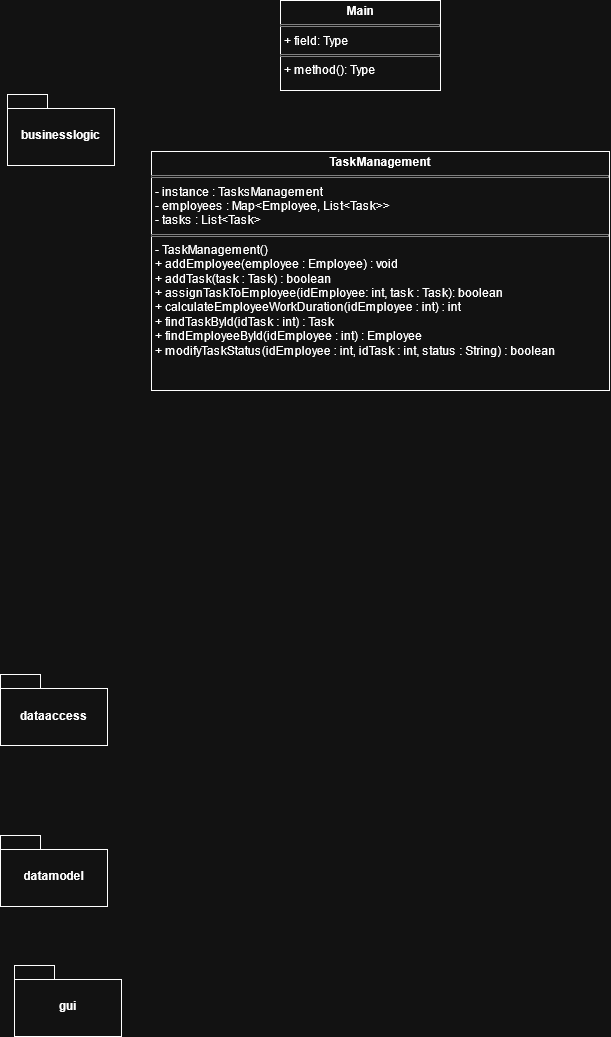
Before: UMLDiagram.drawio.png, a diagram exported from draw.io (70NEL/TasksManagement). Source tidied: cells renumbered, new cells last; positions are measured from the earlier drawing's top-left corner, leaving out a move shared by most shapes. Its diagram source:
```xml
<mxGraphModel>
  <root>
    <mxCell id="0" />
    <mxCell id="1" parent="0" />
    <mxCell id="2" value="businesslogic" style="shape=folder;fontStyle=1;spacingTop=10;tabWidth=40;tabHeight=14;tabPosition=left;html=1;whiteSpace=wrap;" parent="1" vertex="1">
      <mxGeometry x="7" y="94" width="107" height="71" as="geometry" />
    </mxCell>
    <mxCell id="3" value="dataaccess" style="shape=folder;fontStyle=1;spacingTop=10;tabWidth=40;tabHeight=14;tabPosition=left;html=1;whiteSpace=wrap;" parent="1" vertex="1">
      <mxGeometry y="674" width="107" height="71" as="geometry" />
    </mxCell>
    <mxCell id="4" value="datamodel" style="shape=folder;fontStyle=1;spacingTop=10;tabWidth=40;tabHeight=14;tabPosition=left;html=1;whiteSpace=wrap;" parent="1" vertex="1">
      <mxGeometry y="835" width="107" height="71" as="geometry" />
    </mxCell>
    <mxCell id="5" value="gui" style="shape=folder;fontStyle=1;spacingTop=10;tabWidth=40;tabHeight=14;tabPosition=left;html=1;whiteSpace=wrap;" parent="1" vertex="1">
      <mxGeometry x="14" y="965" width="107" height="71" as="geometry" />
    </mxCell>
    <mxCell id="6" value="&lt;p style=&quot;margin:0px;margin-top:4px;text-align:center;&quot;&gt;&lt;b&gt;Main&lt;/b&gt;&lt;/p&gt;&lt;hr size=&quot;1&quot; style=&quot;border-style:solid;&quot;&gt;&lt;p style=&quot;margin:0px;margin-left:4px;&quot;&gt;+ field: Type&lt;/p&gt;&lt;hr size=&quot;1&quot; style=&quot;border-style:solid;&quot;&gt;&lt;p style=&quot;margin:0px;margin-left:4px;&quot;&gt;+ method(): Type&lt;/p&gt;" style="verticalAlign=top;align=left;overflow=fill;html=1;whiteSpace=wrap;" parent="1" vertex="1">
      <mxGeometry x="280" width="160" height="90" as="geometry" />
    </mxCell>
    <mxCell id="7" value="&lt;p style=&quot;margin:0px;margin-top:4px;text-align:center;&quot;&gt;&lt;b&gt;TaskManagement&lt;/b&gt;&lt;/p&gt;&lt;hr size=&quot;1&quot; style=&quot;border-style:solid;&quot;&gt;&lt;p style=&quot;margin:0px;margin-left:4px;&quot;&gt;- instance : TasksManagement&lt;/p&gt;&lt;p style=&quot;margin:0px;margin-left:4px;&quot;&gt;- employees : Map&amp;lt;Employee, List&amp;lt;Task&amp;gt;&amp;gt;&lt;/p&gt;&lt;p style=&quot;margin:0px;margin-left:4px;&quot;&gt;- tasks : List&amp;lt;Task&amp;gt;&lt;/p&gt;&lt;hr size=&quot;1&quot; style=&quot;border-style:solid;&quot;&gt;&lt;p style=&quot;margin:0px;margin-left:4px;&quot;&gt;- TaskManagement()&lt;/p&gt;&lt;p style=&quot;margin:0px;margin-left:4px;&quot;&gt;+ addEmployee(employee : Employee) : void&lt;/p&gt;&lt;p style=&quot;margin:0px;margin-left:4px;&quot;&gt;+ addTask(task : Task) : boolean&lt;/p&gt;&lt;p style=&quot;margin:0px;margin-left:4px;&quot;&gt;+ assignTaskToEmployee(idEmployee: int, task : Task): boolean&lt;/p&gt;&lt;p style=&quot;margin:0px;margin-left:4px;&quot;&gt;+ calculateEmployeeWorkDuration(idEmployee : int) : int&lt;/p&gt;&lt;p style=&quot;margin:0px;margin-left:4px;&quot;&gt;+ findTaskById(idTask : int) : Task&lt;/p&gt;&lt;p style=&quot;margin:0px;margin-left:4px;&quot;&gt;+ findEmployeeById(idEmployee : int) : Employee&lt;/p&gt;&lt;p style=&quot;margin:0px;margin-left:4px;&quot;&gt;+ modifyTaskStatus(idEmployee : int, idTask : int, status : String) : boolean&lt;/p&gt;" style="verticalAlign=top;align=left;overflow=fill;html=1;whiteSpace=wrap;" parent="1" vertex="1">
      <mxGeometry x="151" y="151" width="458" height="239" as="geometry" />
    </mxCell>
  </root>
</mxGraphModel>
```
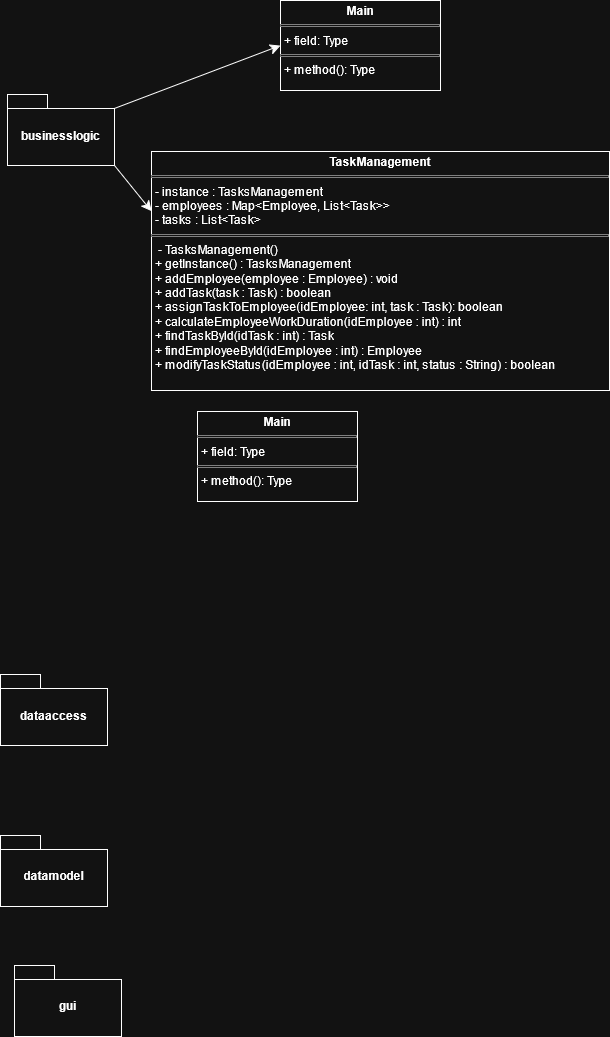
The same diagram one commit later.

The edit, as a diff of the source:
```diff
@@ -2,6 +2,12 @@
   <root>
     <mxCell id="0" />
     <mxCell id="1" parent="0" />
+    <mxCell id="8" style="edgeStyle=none;curved=1;rounded=0;jettySize=auto;html=1;exitX=0;exitY=0;exitDx=107;exitDy=14;exitPerimeter=0;entryX=0;entryY=0.5;entryDx=0;entryDy=0;fontSize=12;startSize=8;endSize=8;" parent="1" edge="1" source="2" target="6">
+      <mxGeometry relative="1" as="geometry" />
+    </mxCell>
+    <mxCell id="9" style="edgeStyle=none;curved=1;rounded=0;jettySize=auto;html=1;exitX=0;exitY=0;exitDx=107;exitDy=71;exitPerimeter=0;entryX=0;entryY=0.25;entryDx=0;entryDy=0;fontSize=12;startSize=8;endSize=8;" parent="1" edge="1" source="2" target="7">
+      <mxGeometry relative="1" as="geometry" />
+    </mxCell>
     <mxCell id="2" value="businesslogic" style="shape=folder;fontStyle=1;spacingTop=10;tabWidth=40;tabHeight=14;tabPosition=left;html=1;whiteSpace=wrap;" parent="1" vertex="1">
       <mxGeometry x="7" y="94" width="107" height="71" as="geometry" />
     </mxCell>
@@ -17,8 +23,11 @@
     <mxCell id="6" value="&lt;p style=&quot;margin:0px;margin-top:4px;text-align:center;&quot;&gt;&lt;b&gt;Main&lt;/b&gt;&lt;/p&gt;&lt;hr size=&quot;1&quot; style=&quot;border-style:solid;&quot;&gt;&lt;p style=&quot;margin:0px;margin-left:4px;&quot;&gt;+ field: Type&lt;/p&gt;&lt;hr size=&quot;1&quot; style=&quot;border-style:solid;&quot;&gt;&lt;p style=&quot;margin:0px;margin-left:4px;&quot;&gt;+ method(): Type&lt;/p&gt;" style="verticalAlign=top;align=left;overflow=fill;html=1;whiteSpace=wrap;" parent="1" vertex="1">
       <mxGeometry x="280" width="160" height="90" as="geometry" />
     </mxCell>
-    <mxCell id="7" value="&lt;p style=&quot;margin:0px;margin-top:4px;text-align:center;&quot;&gt;&lt;b&gt;TaskManagement&lt;/b&gt;&lt;/p&gt;&lt;hr size=&quot;1&quot; style=&quot;border-style:solid;&quot;&gt;&lt;p style=&quot;margin:0px;margin-left:4px;&quot;&gt;- instance : TasksManagement&lt;/p&gt;&lt;p style=&quot;margin:0px;margin-left:4px;&quot;&gt;- employees : Map&amp;lt;Employee, List&amp;lt;Task&amp;gt;&amp;gt;&lt;/p&gt;&lt;p style=&quot;margin:0px;margin-left:4px;&quot;&gt;- tasks : List&amp;lt;Task&amp;gt;&lt;/p&gt;&lt;hr size=&quot;1&quot; style=&quot;border-style:solid;&quot;&gt;&lt;p style=&quot;margin:0px;margin-left:4px;&quot;&gt;- TaskManagement()&lt;/p&gt;&lt;p style=&quot;margin:0px;margin-left:4px;&quot;&gt;+ addEmployee(employee : Employee) : void&lt;/p&gt;&lt;p style=&quot;margin:0px;margin-left:4px;&quot;&gt;+ addTask(task : Task) : boolean&lt;/p&gt;&lt;p style=&quot;margin:0px;margin-left:4px;&quot;&gt;+ assignTaskToEmployee(idEmployee: int, task : Task): boolean&lt;/p&gt;&lt;p style=&quot;margin:0px;margin-left:4px;&quot;&gt;+ calculateEmployeeWorkDuration(idEmployee : int) : int&lt;/p&gt;&lt;p style=&quot;margin:0px;margin-left:4px;&quot;&gt;+ findTaskById(idTask : int) : Task&lt;/p&gt;&lt;p style=&quot;margin:0px;margin-left:4px;&quot;&gt;+ findEmployeeById(idEmployee : int) : Employee&lt;/p&gt;&lt;p style=&quot;margin:0px;margin-left:4px;&quot;&gt;+ modifyTaskStatus(idEmployee : int, idTask : int, status : String) : boolean&lt;/p&gt;" style="verticalAlign=top;align=left;overflow=fill;html=1;whiteSpace=wrap;" parent="1" vertex="1">
+    <mxCell id="7" value="&lt;p style=&quot;margin:0px;margin-top:4px;text-align:center;&quot;&gt;&lt;b&gt;TaskManagement&lt;/b&gt;&lt;/p&gt;&lt;hr size=&quot;1&quot; style=&quot;border-style:solid;&quot;&gt;&lt;p style=&quot;margin:0px;margin-left:4px;&quot;&gt;- instance : TasksManagement&lt;/p&gt;&lt;p style=&quot;margin:0px;margin-left:4px;&quot;&gt;- employees : Map&amp;lt;Employee, List&amp;lt;Task&amp;gt;&amp;gt;&lt;/p&gt;&lt;p style=&quot;margin:0px;margin-left:4px;&quot;&gt;- tasks : List&amp;lt;Task&amp;gt;&lt;/p&gt;&lt;hr size=&quot;1&quot; style=&quot;border-style:solid;&quot;&gt;&lt;p style=&quot;margin:0px;margin-left:4px;&quot;&gt;&amp;nbsp;- TasksManagement()&lt;/p&gt;&lt;p style=&quot;margin:0px;margin-left:4px;&quot;&gt;+ getInstance() : TasksManagement&lt;/p&gt;&lt;p style=&quot;margin:0px;margin-left:4px;&quot;&gt;+ addEmployee(employee : Employee) : void&lt;/p&gt;&lt;p style=&quot;margin:0px;margin-left:4px;&quot;&gt;+ addTask(task : Task) : boolean&lt;/p&gt;&lt;p style=&quot;margin:0px;margin-left:4px;&quot;&gt;+ assignTaskToEmployee(idEmployee: int, task : Task): boolean&lt;/p&gt;&lt;p style=&quot;margin:0px;margin-left:4px;&quot;&gt;+ calculateEmployeeWorkDuration(idEmployee : int) : int&lt;/p&gt;&lt;p style=&quot;margin:0px;margin-left:4px;&quot;&gt;+ findTaskById(idTask : int) : Task&lt;/p&gt;&lt;p style=&quot;margin:0px;margin-left:4px;&quot;&gt;+ findEmployeeById(idEmployee : int) : Employee&lt;/p&gt;&lt;p style=&quot;margin:0px;margin-left:4px;&quot;&gt;+ modifyTaskStatus(idEmployee : int, idTask : int, status : String) : boolean&lt;/p&gt;" style="verticalAlign=top;align=left;overflow=fill;html=1;whiteSpace=wrap;" parent="1" vertex="1">
       <mxGeometry x="151" y="151" width="458" height="239" as="geometry" />
     </mxCell>
+    <mxCell id="10" value="&lt;p style=&quot;margin:0px;margin-top:4px;text-align:center;&quot;&gt;&lt;b&gt;Main&lt;/b&gt;&lt;/p&gt;&lt;hr size=&quot;1&quot; style=&quot;border-style:solid;&quot;&gt;&lt;p style=&quot;margin:0px;margin-left:4px;&quot;&gt;+ field: Type&lt;/p&gt;&lt;hr size=&quot;1&quot; style=&quot;border-style:solid;&quot;&gt;&lt;p style=&quot;margin:0px;margin-left:4px;&quot;&gt;+ method(): Type&lt;/p&gt;" style="verticalAlign=top;align=left;overflow=fill;html=1;whiteSpace=wrap;" parent="1" vertex="1">
+      <mxGeometry x="197" y="411" width="160" height="90" as="geometry" />
+    </mxCell>
   </root>
 </mxGraphModel>
```
